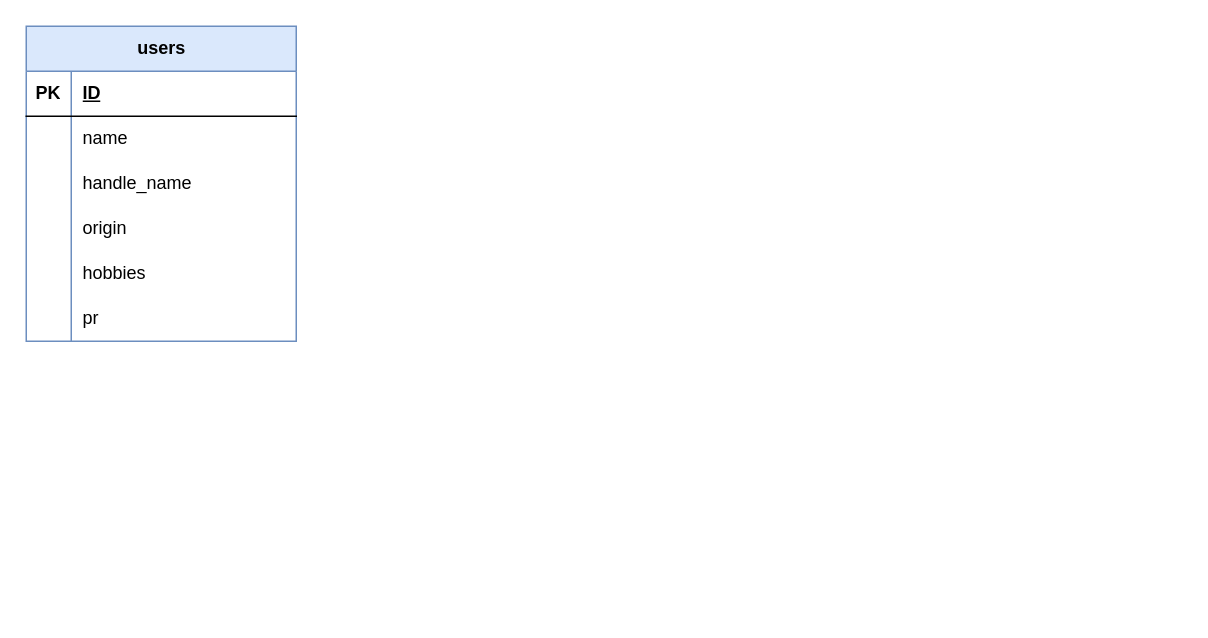
Kainn1203/nttd-hackathon keeps this draw.io diagram as E-R.drawio. Above is the earlier version. Source tidied: cells renumbered, new cells numbered last; positions are measured from the earlier drawing's top-left corner, leaving out a move shared by most shapes. Both pictures are drawn from the tidied source at 150%, with x=0, y=0 at pixel (26, 26).
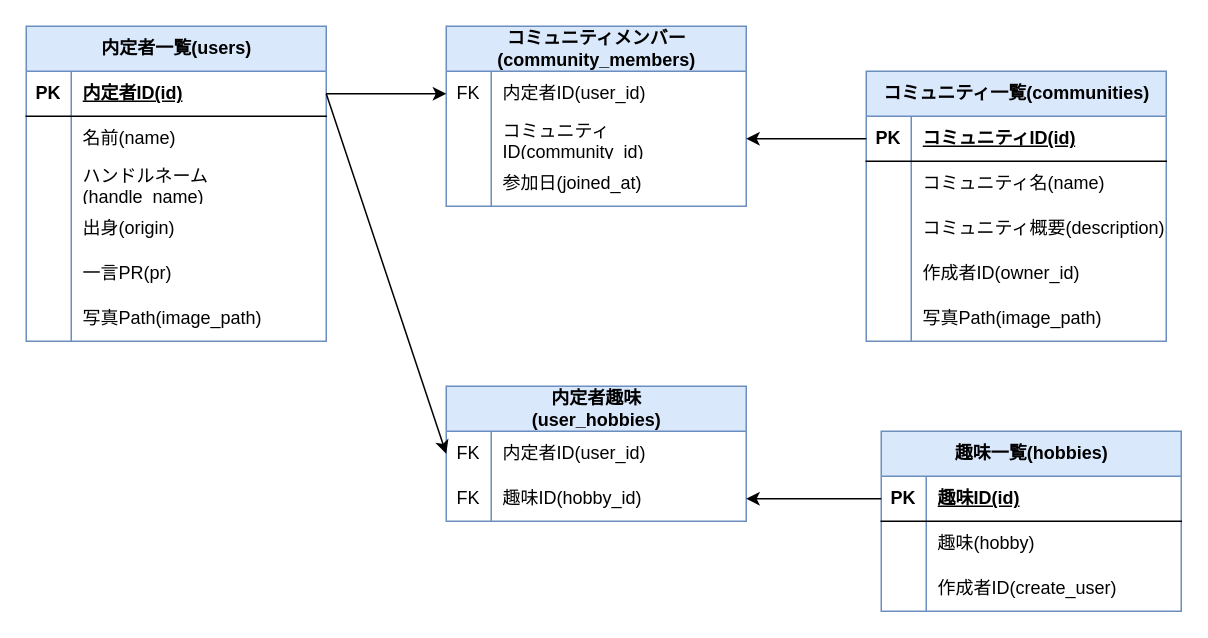
The same page after the edit.

What changed in the source:
```diff
@@
-    <mxCell id="2" value="users" style="shape=table;startSize=30;childLayout=tableLayout;rowLines=0;fontStyle=1;align=center;html=1;fillColor=#dae8fc;strokeColor=#6c8ebf;" parent="1" vertex="1">
-      <mxGeometry width="180" height="210" as="geometry" />
+    <mxCell id="2" value="内定者一覧(users)" style="shape=table;startSize=30;childLayout=tableLayout;rowLines=0;fontStyle=1;align=center;html=1;fillColor=#dae8fc;strokeColor=#6c8ebf;" parent="1" vertex="1">
+      <mxGeometry width="200" height="210" as="geometry" />
     </mxCell>
     <mxCell id="3" style="shape=tableRow;horizontal=0;startSize=0;swimlaneHead=0;swimlaneBody=0;fillColor=none;points=[[0,0.5],[1,0.5]];portConstraint=eastwest;top=0;left=0;right=0;bottom=1;" parent="2" vertex="1">
-      <mxGeometry y="30" width="180" height="30" as="geometry" />
+      <mxGeometry y="30" width="200" height="30" as="geometry" />
     </mxCell>
@@
-    <mxCell id="5" value="ID" style="shape=partialRectangle;fillColor=none;top=0;left=0;bottom=0;right=0;align=left;spacingLeft=6;fontStyle=5;overflow=hidden;whiteSpace=wrap;html=1;" parent="3" vertex="1">
-      <mxGeometry x="30" width="150" height="30" as="geometry" />
+    <mxCell id="5" value="内定者ID(id)" style="shape=partialRectangle;fillColor=none;top=0;left=0;bottom=0;right=0;align=left;spacingLeft=6;fontStyle=5;overflow=hidden;whiteSpace=wrap;html=1;" parent="3" vertex="1">
+      <mxGeometry x="30" width="170" height="30" as="geometry" />
     </mxCell>
     <mxCell id="6" style="shape=tableRow;horizontal=0;startSize=0;swimlaneHead=0;swimlaneBody=0;fillColor=none;top=0;left=0;right=0;bottom=0;" parent="2" vertex="1">
-      <mxGeometry y="60" width="180" height="30" as="geometry" />
+      <mxGeometry y="60" width="200" height="30" as="geometry" />
     </mxCell>
@@
-    <mxCell id="8" value="name" style="shape=partialRectangle;fillColor=none;top=0;left=0;bottom=0;right=0;align=left;spacingLeft=6;overflow=hidden;whiteSpace=wrap;html=1;" parent="6" vertex="1">
-      <mxGeometry x="30" width="150" height="30" as="geometry" />
+    <mxCell id="8" value="名前(name)" style="shape=partialRectangle;fillColor=none;top=0;left=0;bottom=0;right=0;align=left;spacingLeft=6;overflow=hidden;whiteSpace=wrap;html=1;" parent="6" vertex="1">
+      <mxGeometry x="30" width="170" height="30" as="geometry" />
     </mxCell>
     <mxCell id="9" style="shape=tableRow;horizontal=0;startSize=0;swimlaneHead=0;swimlaneBody=0;fillColor=none;top=0;left=0;right=0;bottom=0;" parent="2" vertex="1">
-      <mxGeometry y="90" width="180" height="30" as="geometry" />
+      <mxGeometry y="90" width="200" height="30" as="geometry" />
     </mxCell>
@@
-    <mxCell id="11" value="handle_name" style="shape=partialRectangle;fillColor=none;top=0;left=0;bottom=0;right=0;align=left;spacingLeft=6;overflow=hidden;whiteSpace=wrap;html=1;" parent="9" vertex="1">
-      <mxGeometry x="30" width="150" height="30" as="geometry" />
+    <mxCell id="11" value="ハンドルネーム(handle_name)" style="shape=partialRectangle;fillColor=none;top=0;left=0;bottom=0;right=0;align=left;spacingLeft=6;overflow=hidden;whiteSpace=wrap;html=1;" parent="9" vertex="1">
+      <mxGeometry x="30" width="170" height="30" as="geometry" />
     </mxCell>
     <mxCell id="12" style="shape=tableRow;horizontal=0;startSize=0;swimlaneHead=0;swimlaneBody=0;fillColor=none;top=0;left=0;right=0;bottom=0;" parent="2" vertex="1">
-      <mxGeometry y="120" width="180" height="30" as="geometry" />
+      <mxGeometry y="120" width="200" height="30" as="geometry" />
     </mxCell>
@@
-    <mxCell id="14" value="origin" style="shape=partialRectangle;fillColor=none;top=0;left=0;bottom=0;right=0;align=left;spacingLeft=6;overflow=hidden;whiteSpace=wrap;html=1;" parent="12" vertex="1">
-      <mxGeometry x="30" width="150" height="30" as="geometry" />
+    <mxCell id="14" value="出身(origin)" style="shape=partialRectangle;fillColor=none;top=0;left=0;bottom=0;right=0;align=left;spacingLeft=6;overflow=hidden;whiteSpace=wrap;html=1;" parent="12" vertex="1">
+      <mxGeometry x="30" width="170" height="30" as="geometry" />
     </mxCell>
-    <mxCell id="15" style="shape=tableRow;horizontal=0;startSize=0;swimlaneHead=0;swimlaneBody=0;fillColor=none;top=0;left=0;right=0;bottom=0;" parent="2" vertex="1">
-      <mxGeometry y="150" width="180" height="30" as="geometry" />
-    </mxCell>
-    <mxCell id="16" style="shape=partialRectangle;fillColor=none;top=0;left=0;bottom=0;right=0;overflow=hidden;whiteSpace=wrap;html=1;" parent="15" vertex="1">
-      <mxGeometry width="30" height="30" as="geometry" />
-    </mxCell>
-    <mxCell id="17" value="hobbies" style="shape=partialRectangle;fillColor=none;top=0;left=0;bottom=0;right=0;align=left;spacingLeft=6;overflow=hidden;whiteSpace=wrap;html=1;" parent="15" vertex="1">
-      <mxGeometry x="30" width="150" height="30" as="geometry" />
-    </mxCell>
     <mxCell id="18" style="shape=tableRow;horizontal=0;startSize=0;swimlaneHead=0;swimlaneBody=0;fillColor=none;top=0;left=0;right=0;bottom=0;" parent="2" vertex="1">
-      <mxGeometry y="180" width="180" height="30" as="geometry" />
+      <mxGeometry y="150" width="200" height="30" as="geometry" />
     </mxCell>
@@
-    <mxCell id="20" value="pr" style="shape=partialRectangle;fillColor=none;top=0;left=0;bottom=0;right=0;align=left;spacingLeft=6;overflow=hidden;whiteSpace=wrap;html=1;" parent="18" vertex="1">
-      <mxGeometry x="30" width="150" height="30" as="geometry" />
+    <mxCell id="20" value="一言PR(pr)" style="shape=partialRectangle;fillColor=none;top=0;left=0;bottom=0;right=0;align=left;spacingLeft=6;overflow=hidden;whiteSpace=wrap;html=1;" parent="18" vertex="1">
+      <mxGeometry x="30" width="170" height="30" as="geometry" />
     </mxCell>
+    <mxCell id="21" style="shape=tableRow;horizontal=0;startSize=0;swimlaneHead=0;swimlaneBody=0;fillColor=none;top=0;left=0;right=0;bottom=0;" parent="2" vertex="1">
+      <mxGeometry y="180" width="200" height="30" as="geometry" />
+    </mxCell>
+    <mxCell id="22" style="shape=partialRectangle;fillColor=none;top=0;left=0;bottom=0;right=0;overflow=hidden;whiteSpace=wrap;html=1;" parent="21" vertex="1">
+      <mxGeometry width="30" height="30" as="geometry" />
+    </mxCell>
+    <mxCell id="23" value="写真Path(image_path)" style="shape=partialRectangle;fillColor=none;top=0;left=0;bottom=0;right=0;align=left;spacingLeft=6;overflow=hidden;whiteSpace=wrap;html=1;" parent="21" vertex="1">
+      <mxGeometry x="30" width="170" height="30" as="geometry" />
+    </mxCell>
+    <mxCell id="24" value="コミュニティ一覧(communities)" style="shape=table;startSize=30;childLayout=tableLayout;rowLines=0;fontStyle=1;align=center;html=1;fillColor=#dae8fc;strokeColor=#6c8ebf;" parent="1" vertex="1">
+      <mxGeometry x="560" y="30" width="200" height="180" as="geometry" />
+    </mxCell>
+    <mxCell id="25" style="shape=tableRow;horizontal=0;startSize=0;swimlaneHead=0;swimlaneBody=0;fillColor=none;points=[[0,0.5],[1,0.5]];portConstraint=eastwest;top=0;left=0;right=0;bottom=1;" parent="24" vertex="1">
+      <mxGeometry y="30" width="200" height="30" as="geometry" />
+    </mxCell>
+    <mxCell id="26" value="PK" style="shape=partialRectangle;fillColor=none;top=0;left=0;bottom=0;right=0;fontStyle=1;overflow=hidden;whiteSpace=wrap;html=1;" parent="25" vertex="1">
+      <mxGeometry width="30" height="30" as="geometry" />
+    </mxCell>
+    <mxCell id="27" value="コミュニティID(id)" style="shape=partialRectangle;fillColor=none;top=0;left=0;bottom=0;right=0;align=left;spacingLeft=6;fontStyle=5;overflow=hidden;whiteSpace=wrap;html=1;" parent="25" vertex="1">
+      <mxGeometry x="30" width="170" height="30" as="geometry" />
+    </mxCell>
+    <mxCell id="28" style="shape=tableRow;horizontal=0;startSize=0;swimlaneHead=0;swimlaneBody=0;fillColor=none;top=0;left=0;right=0;bottom=0;" parent="24" vertex="1">
+      <mxGeometry y="60" width="200" height="30" as="geometry" />
+    </mxCell>
+    <mxCell id="29" style="shape=partialRectangle;fillColor=none;top=0;left=0;bottom=0;right=0;overflow=hidden;whiteSpace=wrap;html=1;" parent="28" vertex="1">
+      <mxGeometry width="30" height="30" as="geometry" />
+    </mxCell>
+    <mxCell id="30" value="コミュニティ名(name)" style="shape=partialRectangle;fillColor=none;top=0;left=0;bottom=0;right=0;align=left;spacingLeft=6;overflow=hidden;whiteSpace=wrap;html=1;" parent="28" vertex="1">
+      <mxGeometry x="30" width="170" height="30" as="geometry" />
+    </mxCell>
+    <mxCell id="31" style="shape=tableRow;horizontal=0;startSize=0;swimlaneHead=0;swimlaneBody=0;fillColor=none;top=0;left=0;right=0;bottom=0;" parent="24" vertex="1">
+      <mxGeometry y="90" width="200" height="30" as="geometry" />
+    </mxCell>
+    <mxCell id="32" style="shape=partialRectangle;fillColor=none;top=0;left=0;bottom=0;right=0;overflow=hidden;whiteSpace=wrap;html=1;" parent="31" vertex="1">
+      <mxGeometry width="30" height="30" as="geometry" />
+    </mxCell>
+    <mxCell id="33" value="コミュニティ概要(description)" style="shape=partialRectangle;fillColor=none;top=0;left=0;bottom=0;right=0;align=left;spacingLeft=6;overflow=hidden;whiteSpace=wrap;html=1;" parent="31" vertex="1">
+      <mxGeometry x="30" width="170" height="30" as="geometry" />
+    </mxCell>
+    <mxCell id="34" style="shape=tableRow;horizontal=0;startSize=0;swimlaneHead=0;swimlaneBody=0;fillColor=none;top=0;left=0;right=0;bottom=0;" parent="24" vertex="1">
+      <mxGeometry y="120" width="200" height="30" as="geometry" />
+    </mxCell>
+    <mxCell id="35" style="shape=partialRectangle;fillColor=none;top=0;left=0;bottom=0;right=0;overflow=hidden;whiteSpace=wrap;html=1;" parent="34" vertex="1">
+      <mxGeometry width="30" height="30" as="geometry" />
+    </mxCell>
+    <mxCell id="36" value="作成者ID(owner_id)" style="shape=partialRectangle;fillColor=none;top=0;left=0;bottom=0;right=0;align=left;spacingLeft=6;overflow=hidden;whiteSpace=wrap;html=1;" parent="34" vertex="1">
+      <mxGeometry x="30" width="170" height="30" as="geometry" />
+    </mxCell>
+    <mxCell id="37" style="shape=tableRow;horizontal=0;startSize=0;swimlaneHead=0;swimlaneBody=0;fillColor=none;top=0;left=0;right=0;bottom=0;" parent="24" vertex="1">
+      <mxGeometry y="150" width="200" height="30" as="geometry" />
+    </mxCell>
+    <mxCell id="38" style="shape=partialRectangle;fillColor=none;top=0;left=0;bottom=0;right=0;overflow=hidden;whiteSpace=wrap;html=1;" parent="37" vertex="1">
+      <mxGeometry width="30" height="30" as="geometry" />
+    </mxCell>
+    <mxCell id="39" value="&lt;span style=&quot;color: rgb(0, 0, 0);&quot;&gt;写真Path(image_path)&lt;/span&gt;" style="shape=partialRectangle;fillColor=none;top=0;left=0;bottom=0;right=0;align=left;spacingLeft=6;overflow=hidden;whiteSpace=wrap;html=1;" parent="37" vertex="1">
+      <mxGeometry x="30" width="170" height="30" as="geometry" />
+    </mxCell>
+    <mxCell id="40" value="コミュニティメンバー&lt;br&gt;(community_members)" style="shape=table;startSize=30;childLayout=tableLayout;rowLines=0;fontStyle=1;align=center;html=1;fillColor=#dae8fc;strokeColor=#6c8ebf;" parent="1" vertex="1">
+      <mxGeometry x="280" width="200" height="120" as="geometry" />
+    </mxCell>
+    <mxCell id="41" style="shape=tableRow;horizontal=0;startSize=0;swimlaneHead=0;swimlaneBody=0;fillColor=none;points=[[0,0.5],[1,0.5]];portConstraint=eastwest;top=0;left=0;right=0;bottom=0;" parent="40" vertex="1">
+      <mxGeometry y="30" width="200" height="30" as="geometry" />
+    </mxCell>
+    <mxCell id="42" value="FK" style="shape=partialRectangle;fillColor=none;top=0;left=0;bottom=0;right=0;overflow=hidden;whiteSpace=wrap;html=1;" parent="41" vertex="1">
+      <mxGeometry width="30" height="30" as="geometry" />
+    </mxCell>
+    <mxCell id="43" value="内定者ID(user_id)" style="shape=partialRectangle;fillColor=none;top=0;left=0;bottom=0;right=0;align=left;spacingLeft=6;overflow=hidden;whiteSpace=wrap;html=1;" parent="41" vertex="1">
+      <mxGeometry x="30" width="170" height="30" as="geometry" />
+    </mxCell>
+    <mxCell id="44" style="shape=tableRow;horizontal=0;startSize=0;swimlaneHead=0;swimlaneBody=0;fillColor=none;points=[[0,0.5],[1,0.5]];portConstraint=eastwest;top=0;left=0;right=0;bottom=0;" parent="40" vertex="1">
+      <mxGeometry y="60" width="200" height="30" as="geometry" />
+    </mxCell>
+    <mxCell id="45" style="shape=partialRectangle;fillColor=none;top=0;left=0;bottom=0;right=0;overflow=hidden;whiteSpace=wrap;html=1;" parent="44" vertex="1">
+      <mxGeometry width="30" height="30" as="geometry" />
+    </mxCell>
+    <mxCell id="46" value="コミュニティID(community_id)" style="shape=partialRectangle;fillColor=none;top=0;left=0;bottom=0;right=0;align=left;spacingLeft=6;overflow=hidden;whiteSpace=wrap;html=1;" parent="44" vertex="1">
+      <mxGeometry x="30" width="170" height="30" as="geometry" />
+    </mxCell>
+    <mxCell id="47" style="shape=tableRow;horizontal=0;startSize=0;swimlaneHead=0;swimlaneBody=0;fillColor=none;top=0;left=0;right=0;bottom=0;" parent="40" vertex="1">
+      <mxGeometry y="90" width="200" height="30" as="geometry" />
+    </mxCell>
+    <mxCell id="48" style="shape=partialRectangle;fillColor=none;top=0;left=0;bottom=0;right=0;overflow=hidden;whiteSpace=wrap;html=1;" parent="47" vertex="1">
+      <mxGeometry width="30" height="30" as="geometry" />
+    </mxCell>
+    <mxCell id="49" value="参加日(joined_at)" style="shape=partialRectangle;fillColor=none;top=0;left=0;bottom=0;right=0;align=left;spacingLeft=6;overflow=hidden;whiteSpace=wrap;html=1;" parent="47" vertex="1">
+      <mxGeometry x="30" width="170" height="30" as="geometry" />
+    </mxCell>
+    <mxCell id="50" style="edgeStyle=none;html=1;" parent="1" edge="1" source="3" target="41">
+      <mxGeometry relative="1" as="geometry" />
+    </mxCell>
+    <mxCell id="51" style="edgeStyle=none;html=1;exitX=0;exitY=0.5;exitDx=0;exitDy=0;entryX=1;entryY=0.5;entryDx=0;entryDy=0;" parent="1" edge="1" source="25" target="44">
+      <mxGeometry relative="1" as="geometry" />
+    </mxCell>
+    <mxCell id="52" value="趣味一覧(hobbies)" style="shape=table;startSize=30;childLayout=tableLayout;rowLines=0;fontStyle=1;align=center;html=1;fillColor=#dae8fc;strokeColor=#6c8ebf;" parent="1" vertex="1">
+      <mxGeometry x="570" y="270" width="200" height="120" as="geometry" />
+    </mxCell>
+    <mxCell id="53" style="shape=tableRow;horizontal=0;startSize=0;swimlaneHead=0;swimlaneBody=0;fillColor=none;points=[[0,0.5],[1,0.5]];portConstraint=eastwest;top=0;left=0;right=0;bottom=1;" parent="52" vertex="1">
+      <mxGeometry y="30" width="200" height="30" as="geometry" />
+    </mxCell>
+    <mxCell id="54" value="PK" style="shape=partialRectangle;fillColor=none;top=0;left=0;bottom=0;right=0;fontStyle=1;overflow=hidden;whiteSpace=wrap;html=1;" parent="53" vertex="1">
+      <mxGeometry width="30" height="30" as="geometry" />
+    </mxCell>
+    <mxCell id="55" value="趣味ID(id)" style="shape=partialRectangle;fillColor=none;top=0;left=0;bottom=0;right=0;align=left;spacingLeft=6;fontStyle=5;overflow=hidden;whiteSpace=wrap;html=1;" parent="53" vertex="1">
+      <mxGeometry x="30" width="170" height="30" as="geometry" />
+    </mxCell>
+    <mxCell id="56" style="shape=tableRow;horizontal=0;startSize=0;swimlaneHead=0;swimlaneBody=0;fillColor=none;top=0;left=0;right=0;bottom=0;" parent="52" vertex="1">
+      <mxGeometry y="60" width="200" height="30" as="geometry" />
+    </mxCell>
+    <mxCell id="57" style="shape=partialRectangle;fillColor=none;top=0;left=0;bottom=0;right=0;overflow=hidden;whiteSpace=wrap;html=1;" parent="56" vertex="1">
+      <mxGeometry width="30" height="30" as="geometry" />
+    </mxCell>
+    <mxCell id="58" value="趣味(hobby)" style="shape=partialRectangle;fillColor=none;top=0;left=0;bottom=0;right=0;align=left;spacingLeft=6;overflow=hidden;whiteSpace=wrap;html=1;" parent="56" vertex="1">
+      <mxGeometry x="30" width="170" height="30" as="geometry" />
+    </mxCell>
+    <mxCell id="59" style="shape=tableRow;horizontal=0;startSize=0;swimlaneHead=0;swimlaneBody=0;fillColor=none;top=0;left=0;right=0;bottom=0;" parent="52" vertex="1">
+      <mxGeometry y="90" width="200" height="30" as="geometry" />
+    </mxCell>
+    <mxCell id="60" style="shape=partialRectangle;fillColor=none;top=0;left=0;bottom=0;right=0;overflow=hidden;whiteSpace=wrap;html=1;" parent="59" vertex="1">
+      <mxGeometry width="30" height="30" as="geometry" />
+    </mxCell>
+    <mxCell id="61" value="作成者ID(create_user)" style="shape=partialRectangle;fillColor=none;top=0;left=0;bottom=0;right=0;align=left;spacingLeft=6;overflow=hidden;whiteSpace=wrap;html=1;" parent="59" vertex="1">
+      <mxGeometry x="30" width="170" height="30" as="geometry" />
+    </mxCell>
+    <mxCell id="62" value="内定者趣味&lt;br&gt;(user_hobbies)" style="shape=table;startSize=30;childLayout=tableLayout;rowLines=0;fontStyle=1;align=center;html=1;fillColor=#dae8fc;strokeColor=#6c8ebf;" parent="1" vertex="1">
+      <mxGeometry x="280" y="240" width="200" height="90" as="geometry" />
+    </mxCell>
+    <mxCell id="63" style="shape=tableRow;horizontal=0;startSize=0;swimlaneHead=0;swimlaneBody=0;fillColor=none;points=[[0,0.5],[1,0.5]];portConstraint=eastwest;top=0;left=0;right=0;bottom=0;" parent="62" vertex="1">
+      <mxGeometry y="30" width="200" height="30" as="geometry" />
+    </mxCell>
+    <mxCell id="64" value="FK" style="shape=partialRectangle;fillColor=none;top=0;left=0;bottom=0;right=0;overflow=hidden;whiteSpace=wrap;html=1;" parent="63" vertex="1">
+      <mxGeometry width="30" height="30" as="geometry" />
+    </mxCell>
+    <mxCell id="65" value="内定者ID(user_id)" style="shape=partialRectangle;fillColor=none;top=0;left=0;bottom=0;right=0;align=left;spacingLeft=6;overflow=hidden;whiteSpace=wrap;html=1;" parent="63" vertex="1">
+      <mxGeometry x="30" width="170" height="30" as="geometry" />
+    </mxCell>
+    <mxCell id="66" style="shape=tableRow;horizontal=0;startSize=0;swimlaneHead=0;swimlaneBody=0;fillColor=none;points=[[0,0.5],[1,0.5]];portConstraint=eastwest;top=0;left=0;right=0;bottom=0;" parent="62" vertex="1">
+      <mxGeometry y="60" width="200" height="30" as="geometry" />
+    </mxCell>
+    <mxCell id="67" value="FK" style="shape=partialRectangle;fillColor=none;top=0;left=0;bottom=0;right=0;overflow=hidden;whiteSpace=wrap;html=1;" parent="66" vertex="1">
+      <mxGeometry width="30" height="30" as="geometry" />
+    </mxCell>
+    <mxCell id="68" value="趣味ID(hobby_id)" style="shape=partialRectangle;fillColor=none;top=0;left=0;bottom=0;right=0;align=left;spacingLeft=6;overflow=hidden;whiteSpace=wrap;html=1;" parent="66" vertex="1">
+      <mxGeometry x="30" width="170" height="30" as="geometry" />
+    </mxCell>
+    <mxCell id="69" style="edgeStyle=none;html=1;exitX=1;exitY=0.5;exitDx=0;exitDy=0;entryX=0;entryY=0.5;entryDx=0;entryDy=0;" parent="1" edge="1" source="3" target="63">
+      <mxGeometry relative="1" as="geometry" />
+    </mxCell>
+    <mxCell id="70" style="edgeStyle=none;html=1;exitX=0;exitY=0.5;exitDx=0;exitDy=0;entryX=1;entryY=0.5;entryDx=0;entryDy=0;" parent="1" edge="1" source="53" target="66">
+      <mxGeometry relative="1" as="geometry" />
+    </mxCell>
```
